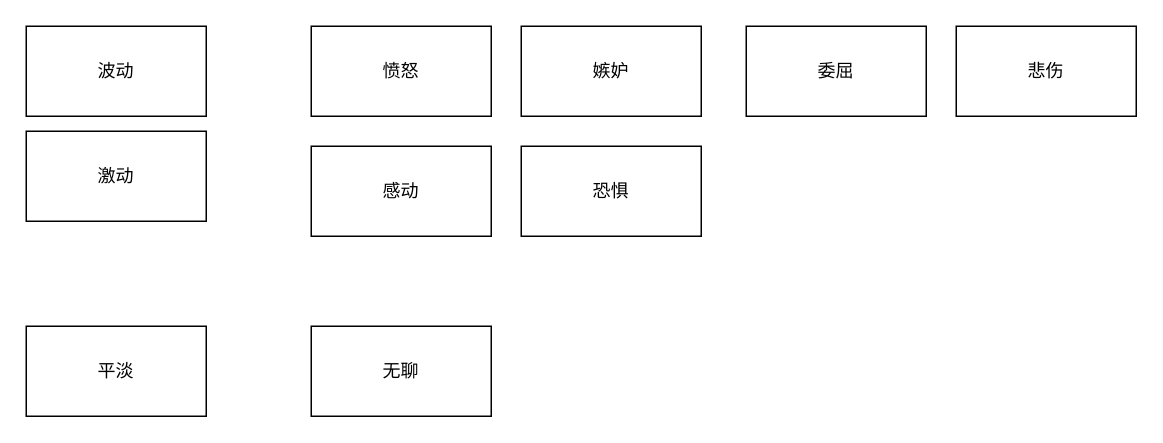
idbanfan/drawio keeps this draw.io diagram as 情绪研究.drawio. Above is the earlier version. Source tidied: cells renumbered, new cells numbered last; positions are measured from the earlier drawing's top-left corner, leaving out a move shared by most shapes. Both pictures are drawn from the tidied source at 150%, with x=0, y=0 at pixel (26, 26).
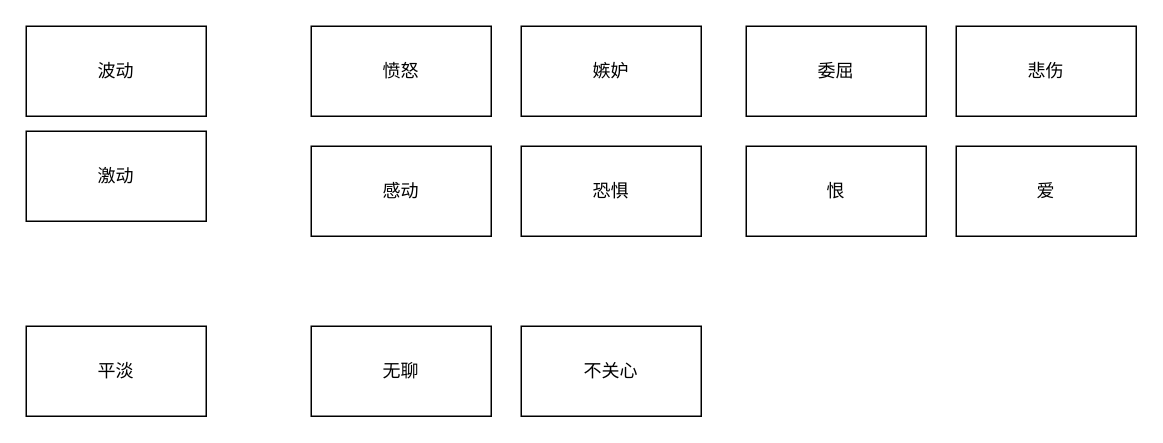
After the change.

Commit message (it also covers changes not shown here):
更新情绪研究.drawio

Change to the diagram source:
```diff
@@
 <mxGraphModel>
   <root>
     <mxCell id="0" />
     <mxCell id="1" parent="0" />
     <mxCell id="2" value="愤怒" style="rounded=0;whiteSpace=wrap;html=1;" parent="1" vertex="1">
       <mxGeometry x="190" width="120" height="60" as="geometry" />
     </mxCell>
     <mxCell id="3" value="平淡" style="rounded=0;whiteSpace=wrap;html=1;" parent="1" vertex="1">
       <mxGeometry y="200" width="120" height="60" as="geometry" />
     </mxCell>
     <mxCell id="4" value="波动" style="rounded=0;whiteSpace=wrap;html=1;" parent="1" vertex="1">
       <mxGeometry width="120" height="60" as="geometry" />
     </mxCell>
     <mxCell id="5" value="嫉妒" style="rounded=0;whiteSpace=wrap;html=1;" parent="1" vertex="1">
       <mxGeometry x="330" width="120" height="60" as="geometry" />
     </mxCell>
     <mxCell id="6" value="委屈" style="rounded=0;whiteSpace=wrap;html=1;" parent="1" vertex="1">
       <mxGeometry x="480" width="120" height="60" as="geometry" />
     </mxCell>
     <mxCell id="7" value="悲伤" style="rounded=0;whiteSpace=wrap;html=1;" parent="1" vertex="1">
       <mxGeometry x="620" width="120" height="60" as="geometry" />
     </mxCell>
     <mxCell id="8" value="感动" style="rounded=0;whiteSpace=wrap;html=1;" parent="1" vertex="1">
       <mxGeometry x="190" y="80" width="120" height="60" as="geometry" />
     </mxCell>
     <mxCell id="9" value="无聊" style="rounded=0;whiteSpace=wrap;html=1;" parent="1" vertex="1">
       <mxGeometry x="190" y="200" width="120" height="60" as="geometry" />
     </mxCell>
     <mxCell id="10" value="恐惧" style="rounded=0;whiteSpace=wrap;html=1;" parent="1" vertex="1">
       <mxGeometry x="330" y="80" width="120" height="60" as="geometry" />
     </mxCell>
     <mxCell id="11" value="激动" style="rounded=0;whiteSpace=wrap;html=1;" parent="1" vertex="1">
       <mxGeometry y="70" width="120" height="60" as="geometry" />
     </mxCell>
+    <mxCell id="12" value="恨" style="rounded=0;whiteSpace=wrap;html=1;" parent="1" vertex="1">
+      <mxGeometry x="480" y="80" width="120" height="60" as="geometry" />
+    </mxCell>
+    <mxCell id="13" value="爱" style="rounded=0;whiteSpace=wrap;html=1;" parent="1" vertex="1">
+      <mxGeometry x="620" y="80" width="120" height="60" as="geometry" />
+    </mxCell>
+    <mxCell id="14" value="不关心" style="rounded=0;whiteSpace=wrap;html=1;" parent="1" vertex="1">
+      <mxGeometry x="330" y="200" width="120" height="60" as="geometry" />
+    </mxCell>
   </root>
 </mxGraphModel>
```
